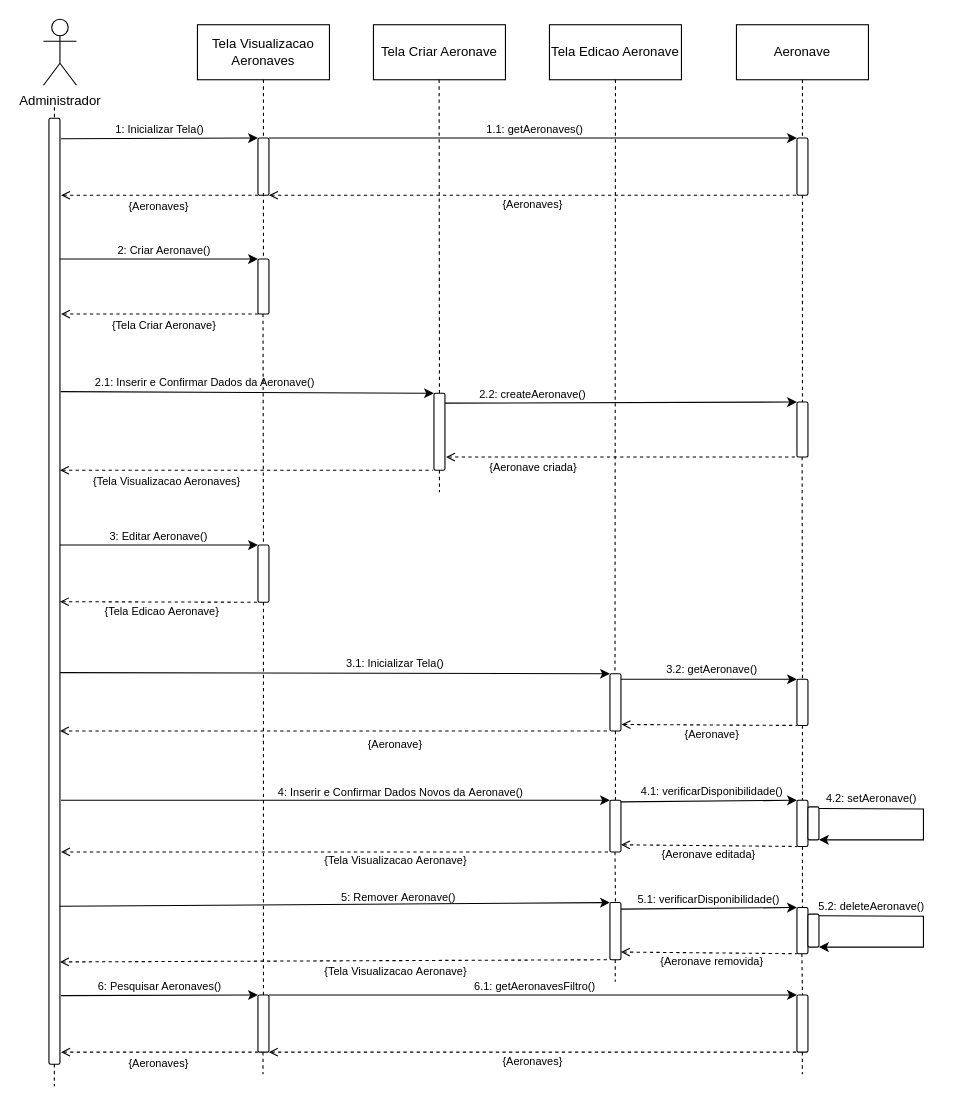
The draw.io diagram Diagramas/Eng_de_Software/Modelos/Sequencia/Manter_Aeronaves.drawio in GabrielGMori/trabalho-conclus-o-ano, before the edit. Source tidied: cells renumbered, new cells numbered last; positions are measured from the earlier drawing's top-left corner, leaving out a move shared by most shapes. Both pictures are drawn from the tidied source at 110%, with x=0, y=0 at pixel (43, 19).
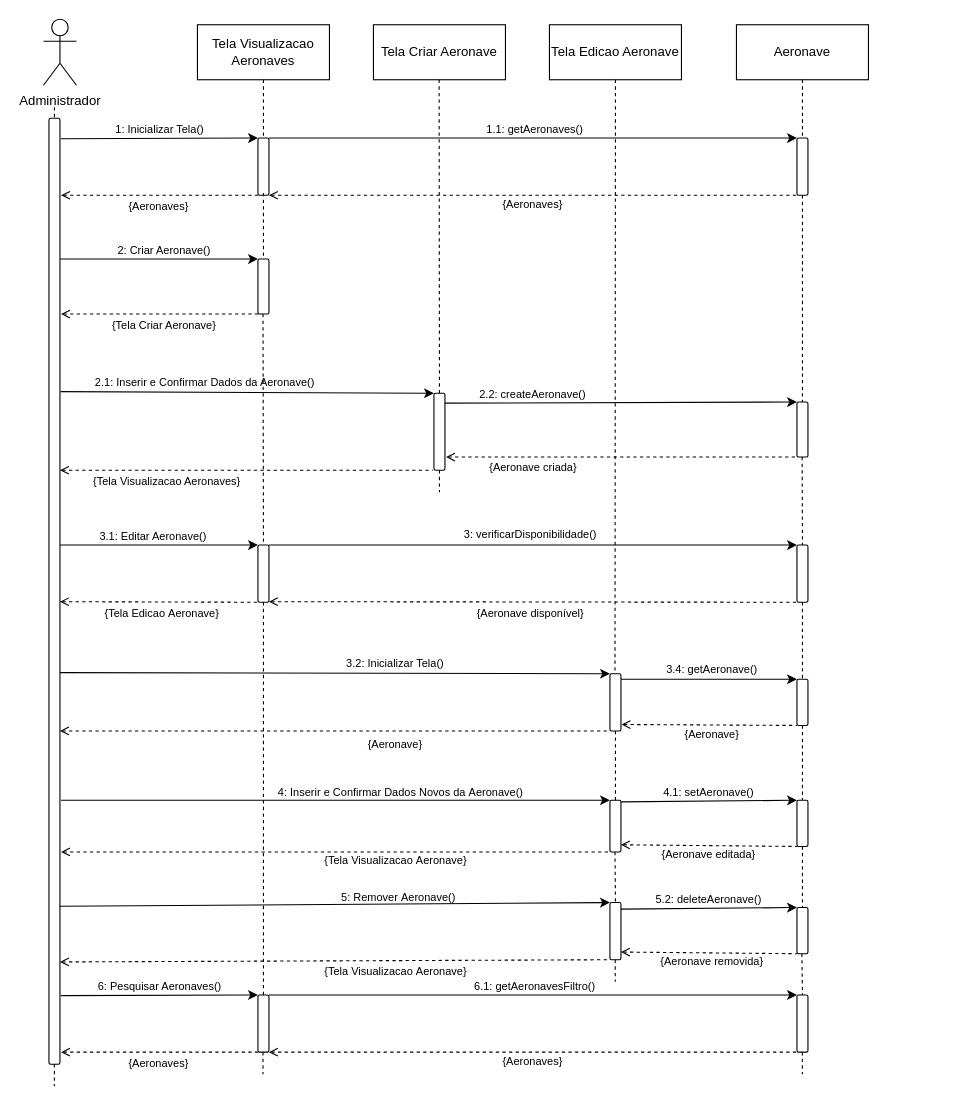
After the change.

Unchanged cells that the change refers to:
```xml
<mxCell id="47" style="rounded=1;whiteSpace=wrap;html=1;" parent="1" vertex="1">
  <mxGeometry x="685" y="600" width="10" height="42" as="geometry" />
</mxCell>
```

Diff of the diagram source:
```diff
@@
-    <mxCell id="34" value="&lt;font&gt;3.2: get&lt;/font&gt;&lt;font&gt;Aeronave&lt;/font&gt;&lt;font&gt;()&lt;/font&gt;" style="text;html=1;align=center;verticalAlign=middle;whiteSpace=wrap;rounded=0;fontSize=10;" parent="1" vertex="1">
+    <mxCell id="34" value="&lt;font&gt;3.4: get&lt;/font&gt;&lt;font&gt;Aeronave&lt;/font&gt;&lt;font&gt;()&lt;/font&gt;" style="text;html=1;align=center;verticalAlign=middle;whiteSpace=wrap;rounded=0;fontSize=10;" parent="1" vertex="1">
       <mxGeometry x="528" y="581" width="160" height="20" as="geometry" />
     </mxCell>
@@
-    <mxCell id="40" value="&lt;font&gt;3: Editar Aeronave()&lt;/font&gt;" style="text;html=1;align=center;verticalAlign=middle;whiteSpace=wrap;rounded=0;fontSize=10;" parent="1" vertex="1">
-      <mxGeometry x="25" y="460" width="160" height="20" as="geometry" />
+    <mxCell id="40" value="&lt;font&gt;3.1: Editar Aeronave()&lt;/font&gt;" style="text;html=1;align=center;verticalAlign=middle;whiteSpace=wrap;rounded=0;fontSize=10;" parent="1" vertex="1">
+      <mxGeometry x="20" y="460" width="160" height="20" as="geometry" />
     </mxCell>
     <mxCell id="41" value="{Tela Edicao&amp;nbsp;&lt;font&gt;Aeronave&lt;/font&gt;}" style="text;html=1;align=center;verticalAlign=middle;whiteSpace=wrap;rounded=0;fontSize=10;" parent="1" vertex="1">
-      <mxGeometry x="18" y="528" width="180" height="20" as="geometry" />
+      <mxGeometry x="18" y="530" width="180" height="20" as="geometry" />
     </mxCell>
@@
-    <mxCell id="45" value="&lt;font&gt;3.1: Inicializar Tela()&lt;/font&gt;" style="text;html=1;align=center;verticalAlign=middle;whiteSpace=wrap;rounded=0;fontSize=10;" parent="1" vertex="1">
+    <mxCell id="45" value="&lt;font&gt;3.2: Inicializar Tela()&lt;/font&gt;" style="text;html=1;align=center;verticalAlign=middle;whiteSpace=wrap;rounded=0;fontSize=10;" parent="1" vertex="1">
       <mxGeometry x="240" y="575" width="160" height="20" as="geometry" />
     </mxCell>
@@
-    <mxCell id="58" value="&lt;font&gt;4.1: verificarDisponibilidade&lt;/font&gt;&lt;font&gt;()&lt;/font&gt;" style="text;html=1;align=center;verticalAlign=middle;whiteSpace=wrap;rounded=0;fontSize=10;" parent="1" vertex="1">
-      <mxGeometry x="528" y="692" width="160" height="20" as="geometry" />
+    <mxCell id="58" value="&lt;font&gt;3: verificarDisponibilidade&lt;/font&gt;&lt;font&gt;()&lt;/font&gt;" style="text;html=1;align=center;verticalAlign=middle;whiteSpace=wrap;rounded=0;fontSize=10;" parent="1" vertex="1">
+      <mxGeometry x="362.5" y="458" width="160" height="20" as="geometry" />
     </mxCell>
@@
-    <mxCell id="69" value="&lt;font&gt;5.1: &lt;/font&gt;&lt;font&gt;verificarDisponibilidade&lt;/font&gt;&lt;font&gt;&lt;/font&gt;&lt;font&gt;()&lt;/font&gt;" style="text;html=1;align=center;verticalAlign=middle;whiteSpace=wrap;rounded=0;fontSize=10;" parent="1" vertex="1">
-      <mxGeometry x="525" y="789.5" width="160" height="20" as="geometry" />
-    </mxCell>
@@
-    <mxCell id="85" style="endArrow=none;dashed=1;html=1;rounded=0;entryX=0.5;entryY=0;entryDx=0;entryDy=0;" parent="1" edge="1" target="47">
-      <mxGeometry relative="1" as="geometry">
-        <mxPoint x="689.7" y="398" as="sourcePoint" />
-      </mxGeometry>
+    <mxCell id="85" style="endArrow=none;dashed=1;html=1;rounded=0;entryX=0.5;entryY=0;entryDx=0;entryDy=0;" parent="1" edge="1" source="106" target="47">
+      <mxGeometry relative="1" as="geometry" />
     </mxCell>
@@
-    <mxCell id="99" style="rounded=1;whiteSpace=wrap;html=1;" parent="1" vertex="1">
-      <mxGeometry x="695" y="716" width="10" height="30" as="geometry" />
-    </mxCell>
-    <mxCell id="100" style="endArrow=classic;html=1;rounded=0;exitX=1;exitY=0;exitDx=0;exitDy=0;entryX=1;entryY=1;entryDx=0;entryDy=0;" parent="1" edge="1" target="99">
-      <mxGeometry relative="1" as="geometry">
-        <mxPoint x="705" y="717.5" as="sourcePoint" />
-        <Array as="points">
-          <mxPoint x="800" y="718" />
-          <mxPoint x="800" y="746" />
-        </Array>
-      </mxGeometry>
-    </mxCell>
-    <mxCell id="101" value="&lt;font&gt;4.2: set&lt;/font&gt;&lt;font&gt;Aeronave&lt;/font&gt;&lt;font&gt;()&lt;/font&gt;" style="text;html=1;align=center;verticalAlign=middle;whiteSpace=wrap;rounded=0;fontSize=10;" parent="1" vertex="1">
-      <mxGeometry x="673" y="698" width="160" height="20" as="geometry" />
+    <mxCell id="101" value="&lt;font&gt;4.1: set&lt;/font&gt;&lt;font&gt;Aeronave&lt;/font&gt;&lt;font&gt;()&lt;/font&gt;" style="text;html=1;align=center;verticalAlign=middle;whiteSpace=wrap;rounded=0;fontSize=10;" parent="1" vertex="1">
+      <mxGeometry x="525" y="693" width="160" height="20" as="geometry" />
     </mxCell>
-    <mxCell id="102" style="rounded=1;whiteSpace=wrap;html=1;" parent="1" vertex="1">
-      <mxGeometry x="695" y="813.5" width="10" height="30" as="geometry" />
-    </mxCell>
-    <mxCell id="103" style="endArrow=classic;html=1;rounded=0;exitX=1;exitY=0;exitDx=0;exitDy=0;entryX=1;entryY=1;entryDx=0;entryDy=0;" parent="1" edge="1" target="102">
-      <mxGeometry relative="1" as="geometry">
-        <mxPoint x="705" y="815" as="sourcePoint" />
-        <Array as="points">
-          <mxPoint x="800" y="815.5" />
-          <mxPoint x="800" y="843.5" />
-        </Array>
-      </mxGeometry>
-    </mxCell>
     <mxCell id="104" value="&lt;font&gt;5.2: delete&lt;/font&gt;&lt;font&gt;Aeronave&lt;/font&gt;&lt;font&gt;()&lt;/font&gt;" style="text;html=1;align=center;verticalAlign=middle;whiteSpace=wrap;rounded=0;fontSize=10;" parent="1" vertex="1">
-      <mxGeometry x="673" y="795.5" width="160" height="20" as="geometry" />
+      <mxGeometry x="525" y="789.5" width="160" height="20" as="geometry" />
     </mxCell>
+    <mxCell id="105" style="endArrow=none;dashed=1;html=1;rounded=0;entryX=0.5;entryY=0;entryDx=0;entryDy=0;" parent="1" edge="1" target="106">
+      <mxGeometry relative="1" as="geometry">
+        <mxPoint x="689.7" y="398" as="sourcePoint" />
+      </mxGeometry>
+    </mxCell>
+    <mxCell id="106" style="rounded=1;whiteSpace=wrap;html=1;" parent="1" vertex="1">
+      <mxGeometry x="685" y="478" width="10" height="52" as="geometry" />
+    </mxCell>
+    <mxCell id="107" style="endArrow=classic;html=1;rounded=0;entryX=0;entryY=0;entryDx=0;entryDy=0;" parent="1" edge="1" target="106">
+      <mxGeometry relative="1" as="geometry">
+        <mxPoint x="205" y="478" as="sourcePoint" />
+      </mxGeometry>
+    </mxCell>
+    <mxCell id="108" style="endArrow=none;html=1;rounded=0;entryX=0;entryY=1;entryDx=0;entryDy=0;dashed=1;endFill=0;startArrow=open;startFill=0;exitX=1.005;exitY=0.617;exitDx=0;exitDy=0;exitPerimeter=0;" parent="1" edge="1" target="106">
+      <mxGeometry relative="1" as="geometry">
+        <mxPoint x="205" y="529.5" as="sourcePoint" />
+      </mxGeometry>
+    </mxCell>
+    <mxCell id="109" value="{Aeronave disponível}" style="text;html=1;align=center;verticalAlign=middle;whiteSpace=wrap;rounded=0;fontSize=10;" parent="1" vertex="1">
+      <mxGeometry x="352.5" y="530" width="180" height="20" as="geometry" />
+    </mxCell>
```
